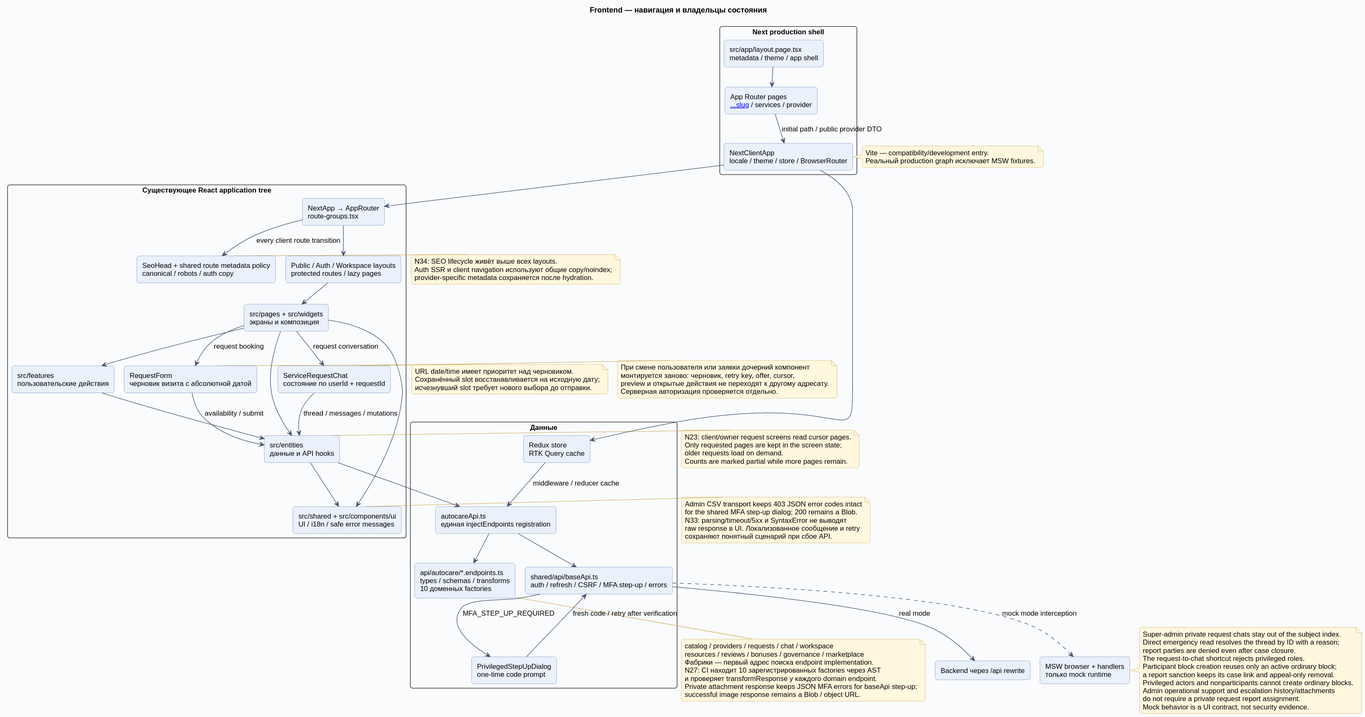
This is docs/diagrams/rendered/03-frontend.svg from Dima163163/auto-care-hub, a PlantUML export, as it was before one commit.
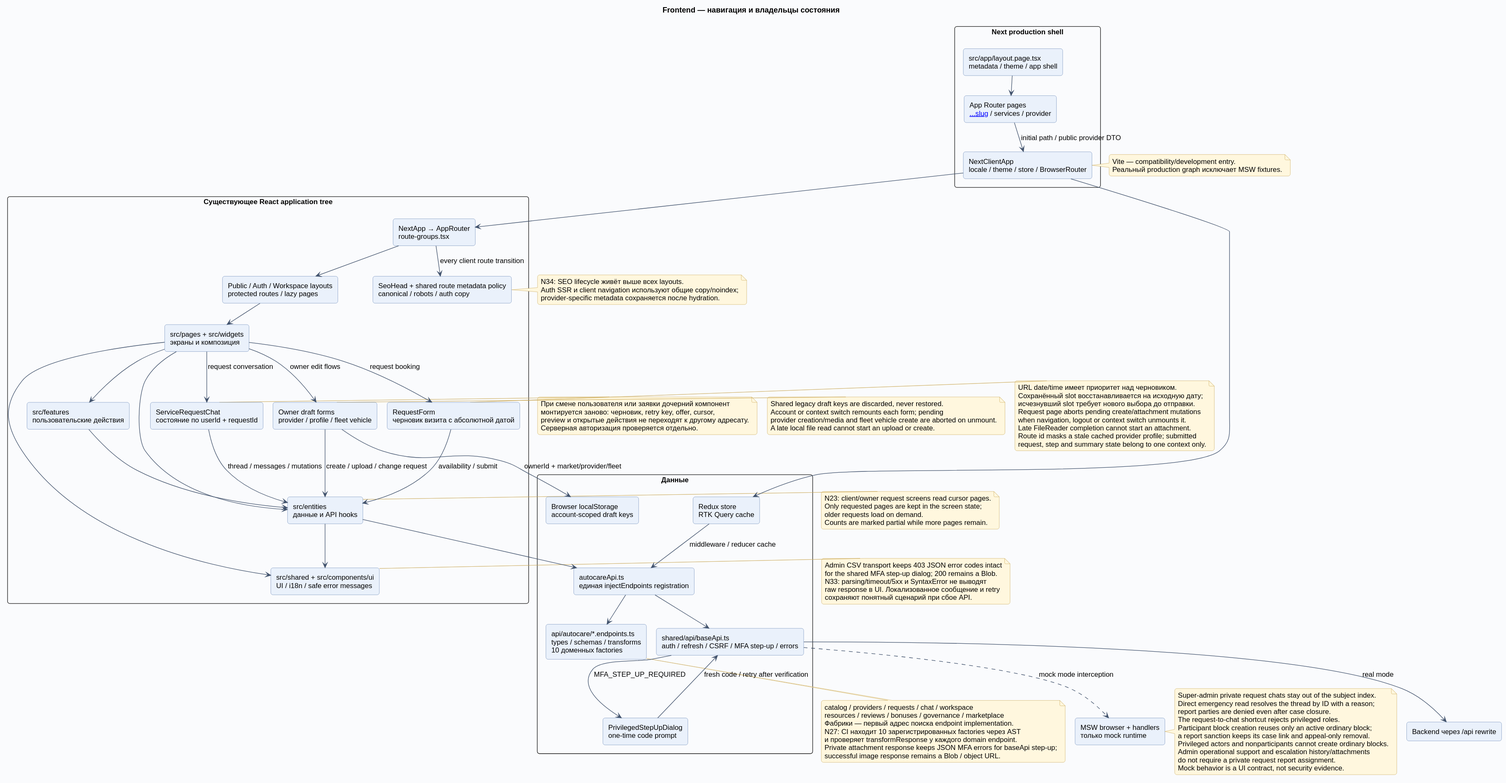
After the commit.

What changed in the source:
```diff
@@ -16,10 +16,12 @@
   component "src/entities\nданные и API hooks" as Entities
   component "ServiceRequestChat\nсостояние по userId + requestId" as RequestChat
   component "RequestForm\nчерновик визита с абсолютной датой" as BookingForm
+  component "Owner draft forms\nprovider / profile / fleet vehicle" as OwnerDrafts
   component "src/shared + src/components/ui\nUI / i18n / safe error messages" as Shared
 }
 package "Данные" {
   component "Redux store\nRTK Query cache" as Store
+  component "Browser localStorage\naccount-scoped draft keys" as DraftStorage
   component "autocareApi.ts\nединая injectEndpoints registration" as AutoAPI
   component "api/autocare/*.endpoints.ts\ntypes / schemas / transforms\n10 доменных factories" as Factories
   component "shared/api/baseApi.ts\nauth / refresh / CSRF / MFA step-up / errors" as Transport
@@ -39,6 +41,9 @@
 RequestChat --> Entities : thread / messages / mutations
 Screens --> BookingForm : request booking
 BookingForm --> Entities : availability / submit
+Screens --> OwnerDrafts : owner edit flows
+OwnerDrafts --> DraftStorage : ownerId + market/provider/fleet
+OwnerDrafts --> Entities : create / upload / change request
 Features --> Entities
 Entities --> Shared
 Screens --> Shared
@@ -104,5 +109,16 @@
   URL date/time имеет приоритет над черновиком.
   Сохранённый slot восстанавливается на исходную дату;
   исчезнувший slot требует нового выбора до отправки.
+  Request page aborts pending create/attachment mutations
+  when navigation, logout or context switch unmounts it.
+  Late FileReader completion cannot start an attachment.
+  Route id masks a stale cached provider profile; submitted
+  request, step and summary state belong to one context only.
+end note
+note right of OwnerDrafts
+  Shared legacy draft keys are discarded, never restored.
+  Account or context switch remounts each form; pending
+  provider creation/media and fleet vehicle create are aborted on unmount.
+  A late local file read cannot start an upload or create.
 end note
 @enduml
```
